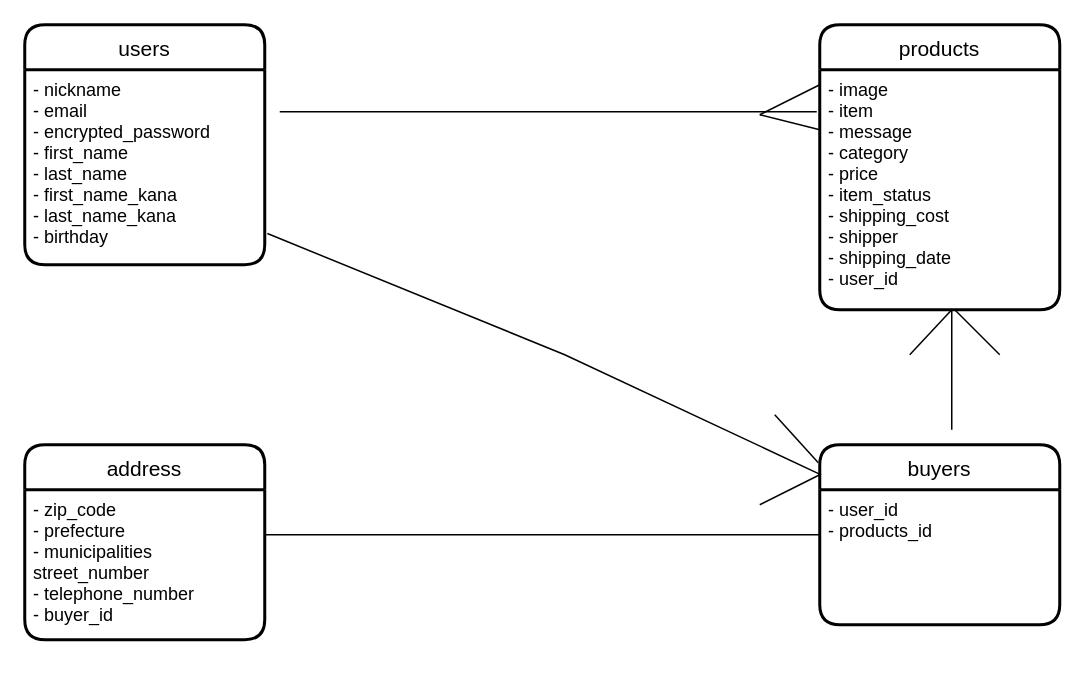
Above: furima.dio in takutossan/furima-36231 (draw.io), before the change. Source tidied: cells renumbered, new cells numbered last; positions are measured from the earlier drawing's top-left corner, leaving out a move shared by most shapes. Both pictures are drawn from the tidied source at 150%, with x=0, y=0 at pixel (24, 24).
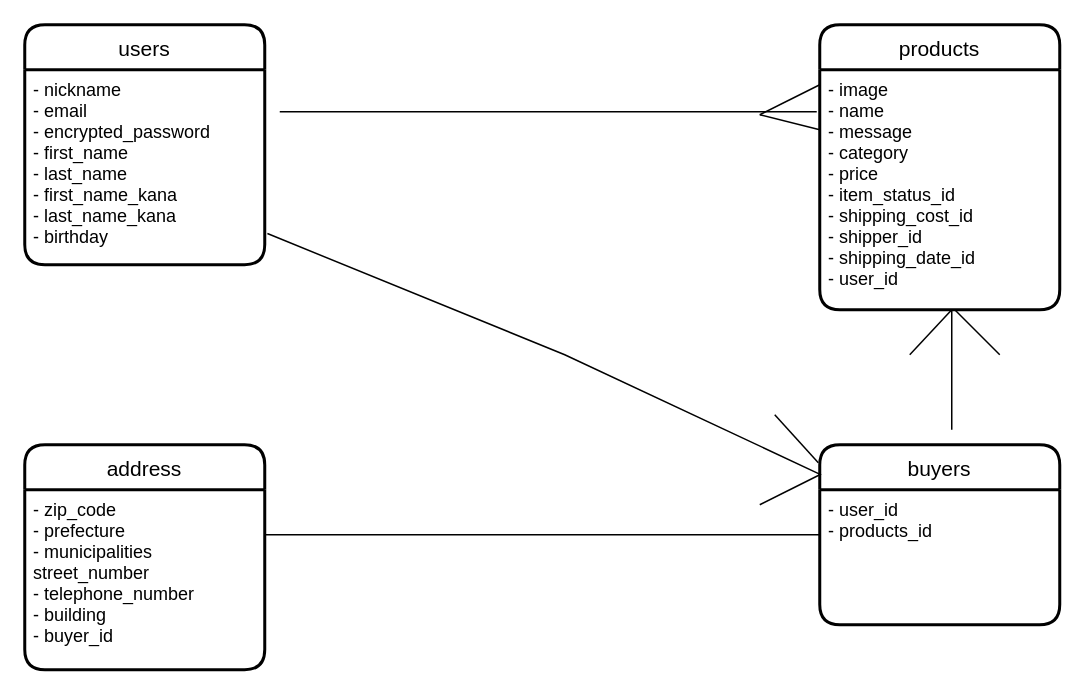
Above is the later version.

Commit message (it also covers changes not shown here):
データベース設計修正2

Unchanged cells that the change refers to:
```xml
<mxCell id="4" value="products" style="swimlane;horizontal=1;startSize=30;rounded=1;fontSize=14;fontStyle=0;strokeWidth=2;shadow=0;dashed=0;align=center;" parent="1" vertex="1">
  <mxGeometry x="530" width="160" height="190" as="geometry" />
</mxCell>
```

What changed in the source:
```diff
@@
-    <mxCell id="5" value="- image&#10;- item&#10;- message&#10;- category&#10;- price&#10;- item_status&#10;- shipping_cost&#10;- shipper&#10;- shipping_date&#10;- user_id&#10;" style="align=left;strokeColor=none;fillColor=none;spacingLeft=4;fontSize=12;verticalAlign=top;" parent="4" vertex="1">
+    <mxCell id="5" value="- image&#10;- name&#10;- message&#10;- category&#10;- price&#10;- item_status_id&#10;- shipping_cost_id&#10;- shipper_id&#10;- shipping_date_id&#10;- user_id&#10;" style="align=left;strokeColor=none;fillColor=none;spacingLeft=4;fontSize=12;verticalAlign=top;" parent="4" vertex="1">
       <mxGeometry y="30" width="160" height="160" as="geometry" />
     </mxCell>
     <mxCell id="6" value="address" style="swimlane;horizontal=1;startSize=30;rounded=1;fontSize=14;fontStyle=0;strokeWidth=2;shadow=0;dashed=0;align=center;" parent="1" vertex="1">
-      <mxGeometry y="280" width="160" height="130" as="geometry" />
+      <mxGeometry y="280" width="160" height="150" as="geometry" />
     </mxCell>
-    <mxCell id="7" value="- zip_code&#10;- prefecture&#10;- municipalities&#10;street_number&#10;- telephone_number&#10;- buyer_id" style="align=left;strokeColor=none;fillColor=none;spacingLeft=4;fontSize=12;verticalAlign=top;" parent="6" vertex="1">
-      <mxGeometry y="30" width="160" height="100" as="geometry" />
+    <mxCell id="7" value="- zip_code&#10;- prefecture&#10;- municipalities&#10;street_number&#10;- telephone_number&#10;- building&#10;- buyer_id" style="align=left;strokeColor=none;fillColor=none;spacingLeft=4;fontSize=12;verticalAlign=top;" parent="6" vertex="1">
+      <mxGeometry y="30" width="160" height="120" as="geometry" />
     </mxCell>
```
